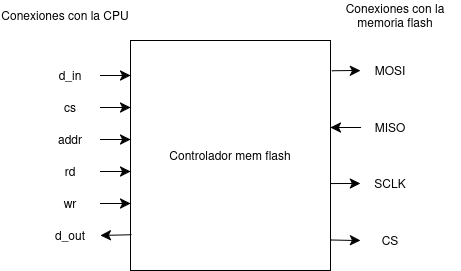
Above: cores/spi_flash/diagramas/Diagrama_entradas_salidas.png in KUBIX2026/spi_flash_ctrl (draw.io), before the change. Source tidied: cells renumbered, new cells last; positions are measured from the earlier drawing's top-left corner, leaving out a move shared by most shapes.
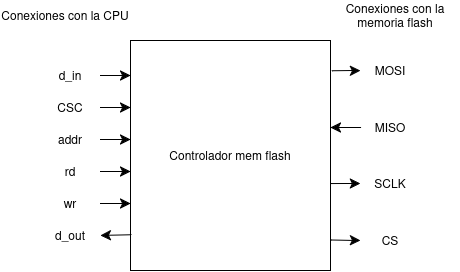
After the commit.

Commit message:
se cambia un nombre del diagrama de entradas y salidas

Change to the diagram source:
```diff
@@ -35,7 +35,7 @@
     <mxCell id="12" value="addr" style="text;html=1;whiteSpace=wrap;strokeColor=none;fillColor=none;align=center;verticalAlign=middle;rounded=0;" parent="11" vertex="1">
       <mxGeometry y="64" width="60" height="30" as="geometry" />
     </mxCell>
-    <mxCell id="13" value="cs" style="text;html=1;whiteSpace=wrap;strokeColor=none;fillColor=none;align=center;verticalAlign=middle;rounded=0;" parent="11" vertex="1">
+    <mxCell id="13" value="CSC" style="text;html=1;whiteSpace=wrap;strokeColor=none;fillColor=none;align=center;verticalAlign=middle;rounded=0;" parent="11" vertex="1">
       <mxGeometry y="32" width="60" height="30" as="geometry" />
     </mxCell>
     <mxCell id="14" value="&lt;div&gt;d_in&lt;/div&gt;" style="text;html=1;whiteSpace=wrap;strokeColor=none;fillColor=none;align=center;verticalAlign=middle;rounded=0;" parent="11" vertex="1">
```
